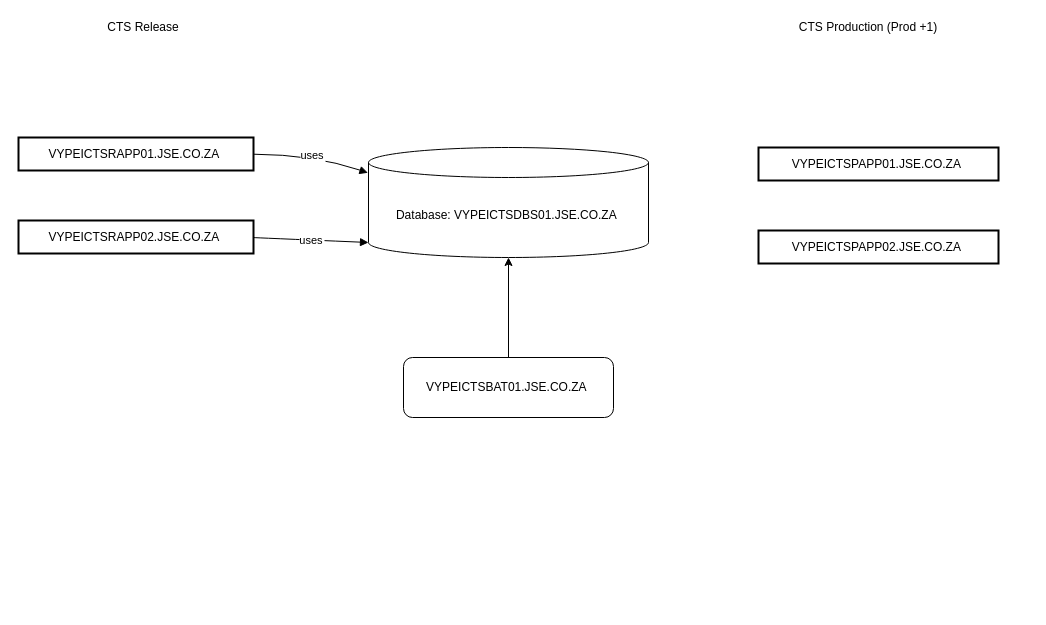
The draw.io diagram Untitled Diagram.drawio in ByMadiba/Sandbox, before the edit. Source tidied: cells renumbered, new cells numbered last; positions are measured from the earlier drawing's top-left corner, leaving out a move shared by most shapes. Both pictures are drawn from the tidied source at 100%, with x=0, y=0 at pixel (18, 17).
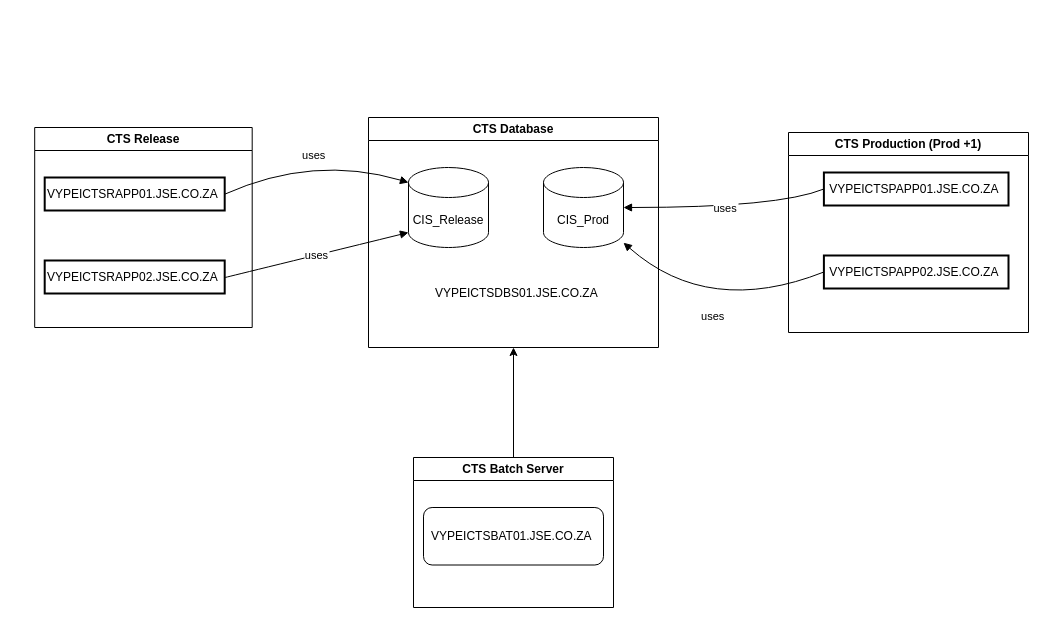
Above is the later version.

Diff of the diagram source:
```diff
@@
+    <mxCell id="5" style="edgeStyle=orthogonalEdgeStyle;rounded=0;jettySize=auto;html=1;entryX=0.5;entryY=1;entryDx=0;entryDy=0;exitX=0.5;exitY=0;exitDx=0;exitDy=0;" parent="1" edge="1" source="21" target="15">
+      <mxGeometry relative="1" as="geometry" />
+    </mxCell>
-    <mxCell id="2" value="uses" style="curved=1;startArrow=none;endArrow=block;exitX=0.998812510172526;exitY=0.5060606291799834;entryX=-0.002;entryY=0.23;entryDx=0;entryDy=0;entryPerimeter=0;" parent="1" edge="1" source="8" target="4">
+    <mxCell id="2" value="uses" style="curved=1;startArrow=none;endArrow=block;exitX=0.998812510172526;exitY=0.5060606291799834;entryX=0;entryY=0;entryDx=0;entryDy=15;entryPerimeter=0;" parent="1" edge="1" source="8" target="16">
       <mxGeometry relative="1" as="geometry">
         <Array as="points">
           <mxPoint x="295" y="137" />
         </Array>
       </mxGeometry>
     </mxCell>
-    <mxCell id="3" value="uses" style="curved=1;startArrow=none;endArrow=block;exitX=0.9993645731608073;exitY=0.5181818875399503;entryX=0;entryY=1;entryDx=0;entryDy=-15;entryPerimeter=0;" parent="1" edge="1" source="9" target="4">
+    <mxCell id="3" value="uses" style="curved=1;startArrow=none;endArrow=block;exitX=0.9993645731608073;exitY=0.5181818875399503;entryX=0;entryY=1;entryDx=0;entryDy=-15;entryPerimeter=0;" parent="1" edge="1" source="9" target="16">
       <mxGeometry relative="1" as="geometry" />
     </mxCell>
-    <mxCell id="4" value="Database: VYPEICTSDBS01.JSE.CO.ZA&amp;nbsp;" style="shape=cylinder3;whiteSpace=wrap;html=1;boundedLbl=1;backgroundOutline=1;size=15;" parent="1" vertex="1">
-      <mxGeometry x="350" y="130" width="280" height="110" as="geometry" />
-    </mxCell>
-    <mxCell id="5" style="edgeStyle=orthogonalEdgeStyle;rounded=0;jettySize=auto;html=1;entryX=0.5;entryY=1;entryDx=0;entryDy=0;entryPerimeter=0;" parent="1" edge="1" source="6" target="4">
-      <mxGeometry relative="1" as="geometry" />
-    </mxCell>
-    <mxCell id="6" value="VYPEICTSBAT01.JSE.CO.ZA&amp;nbsp;" style="rounded=1;whiteSpace=wrap;html=1;" parent="1" vertex="1">
-      <mxGeometry x="385" y="340" width="210" height="60" as="geometry" />
-    </mxCell>
+    <mxCell id="15" value="CTS Database" style="swimlane;whiteSpace=wrap;html=1;" parent="1" vertex="1">
+      <mxGeometry x="350" y="100" width="290" height="230" as="geometry" />
+    </mxCell>
+    <mxCell id="16" value="CIS_Release" style="shape=cylinder3;whiteSpace=wrap;html=1;boundedLbl=1;backgroundOutline=1;size=15;" parent="15" vertex="1">
+      <mxGeometry x="40" y="50" width="80" height="80" as="geometry" />
+    </mxCell>
+    <mxCell id="17" value="CIS_Prod" style="shape=cylinder3;whiteSpace=wrap;html=1;boundedLbl=1;backgroundOutline=1;size=15;" parent="15" vertex="1">
+      <mxGeometry x="175" y="50" width="80" height="80" as="geometry" />
+    </mxCell>
+    <mxCell id="18" value="VYPEICTSDBS01.JSE.CO.ZA&amp;nbsp;" style="text;html=1;strokeColor=none;fillColor=none;align=center;verticalAlign=middle;whiteSpace=wrap;rounded=0;" parent="15" vertex="1">
+      <mxGeometry x="60" y="160" width="180" height="31" as="geometry" />
+    </mxCell>
+    <mxCell id="19" value="uses" style="curved=1;startArrow=none;endArrow=block;entryX=1;entryY=0.5;entryDx=0;entryDy=0;entryPerimeter=0;exitX=0;exitY=0.5;exitDx=0;exitDy=0;" parent="1" edge="1" source="13" target="17">
+      <mxGeometry relative="1" as="geometry">
+        <Array as="points">
+          <mxPoint x="760" y="190" />
+        </Array>
+      </mxGeometry>
+    </mxCell>
+    <mxCell id="20" value="uses" style="curved=1;startArrow=none;endArrow=block;exitX=0;exitY=0.5;exitDx=0;exitDy=0;" parent="1" edge="1" source="14" target="17">
+      <mxGeometry relative="1" as="geometry">
+        <Array as="points">
+          <mxPoint x="690" y="300" />
+        </Array>
+      </mxGeometry>
+    </mxCell>
+    <mxCell id="10" value="CTS Release" style="swimlane;whiteSpace=wrap;html=1;" parent="1" vertex="1">
+      <mxGeometry x="16.2" y="110" width="217.5" height="200" as="geometry" />
+    </mxCell>
-    <mxCell id="7" style="group;" parent="1" vertex="1">
-      <mxGeometry y="120" width="235" height="116" as="geometry" />
+    <mxCell id="7" style="group;" parent="10" vertex="1">
+      <mxGeometry x="10" y="50" width="180" height="116" as="geometry" />
     </mxCell>
     <mxCell id="8" value="VYPEICTSRAPP01.JSE.CO.ZA " style="whiteSpace=wrap;strokeWidth=2;" parent="7" vertex="1">
-      <mxGeometry width="235" height="33" as="geometry" />
+      <mxGeometry width="180" height="33" as="geometry" />
     </mxCell>
     <mxCell id="9" value="VYPEICTSRAPP02.JSE.CO.ZA " style="whiteSpace=wrap;strokeWidth=2;" parent="7" vertex="1">
-      <mxGeometry y="83" width="235" height="33" as="geometry" />
+      <mxGeometry y="83" width="180" height="33" as="geometry" />
     </mxCell>
-    <mxCell id="10" value="CTS Release" style="text;html=1;strokeColor=none;fillColor=none;align=center;verticalAlign=middle;whiteSpace=wrap;rounded=0;" parent="1" vertex="1">
-      <mxGeometry x="60" width="130" height="20" as="geometry" />
-    </mxCell>
-    <mxCell id="11" value="CTS Production (Prod +1)" style="text;html=1;strokeColor=none;fillColor=none;align=center;verticalAlign=middle;whiteSpace=wrap;rounded=0;" parent="1" vertex="1">
-      <mxGeometry x="760" width="180" height="20" as="geometry" />
+    <mxCell id="11" value="CTS Production (Prod +1)" style="swimlane;whiteSpace=wrap;html=1;" parent="1" vertex="1">
+      <mxGeometry x="770" y="115" width="240" height="200" as="geometry" />
     </mxCell>
-    <mxCell id="12" style="group;" parent="1" vertex="1">
-      <mxGeometry x="720" y="130" width="260" height="116" as="geometry" />
+    <mxCell id="12" style="group;" parent="11" vertex="1">
+      <mxGeometry x="20" y="40" width="200" height="116" as="geometry" />
     </mxCell>
     <mxCell id="13" value="VYPEICTSPAPP01.JSE.CO.ZA " style="whiteSpace=wrap;strokeWidth=2;" parent="12" vertex="1">
-      <mxGeometry x="20" width="240" height="33" as="geometry" />
+      <mxGeometry x="15.4" width="184.6" height="33" as="geometry" />
     </mxCell>
     <mxCell id="14" value="VYPEICTSPAPP02.JSE.CO.ZA " style="whiteSpace=wrap;strokeWidth=2;" parent="12" vertex="1">
-      <mxGeometry x="20" y="83" width="240" height="33" as="geometry" />
+      <mxGeometry x="15.4" y="83" width="184.6" height="33" as="geometry" />
     </mxCell>
+    <mxCell id="21" value="CTS Batch Server" style="swimlane;whiteSpace=wrap;html=1;" parent="1" vertex="1">
+      <mxGeometry x="395" y="440" width="200" height="150" as="geometry" />
+    </mxCell>
+    <mxCell id="6" value="VYPEICTSBAT01.JSE.CO.ZA&amp;nbsp;" style="rounded=1;whiteSpace=wrap;html=1;" parent="21" vertex="1">
+      <mxGeometry x="10" y="50" width="180" height="57.5" as="geometry" />
+    </mxCell>
```
